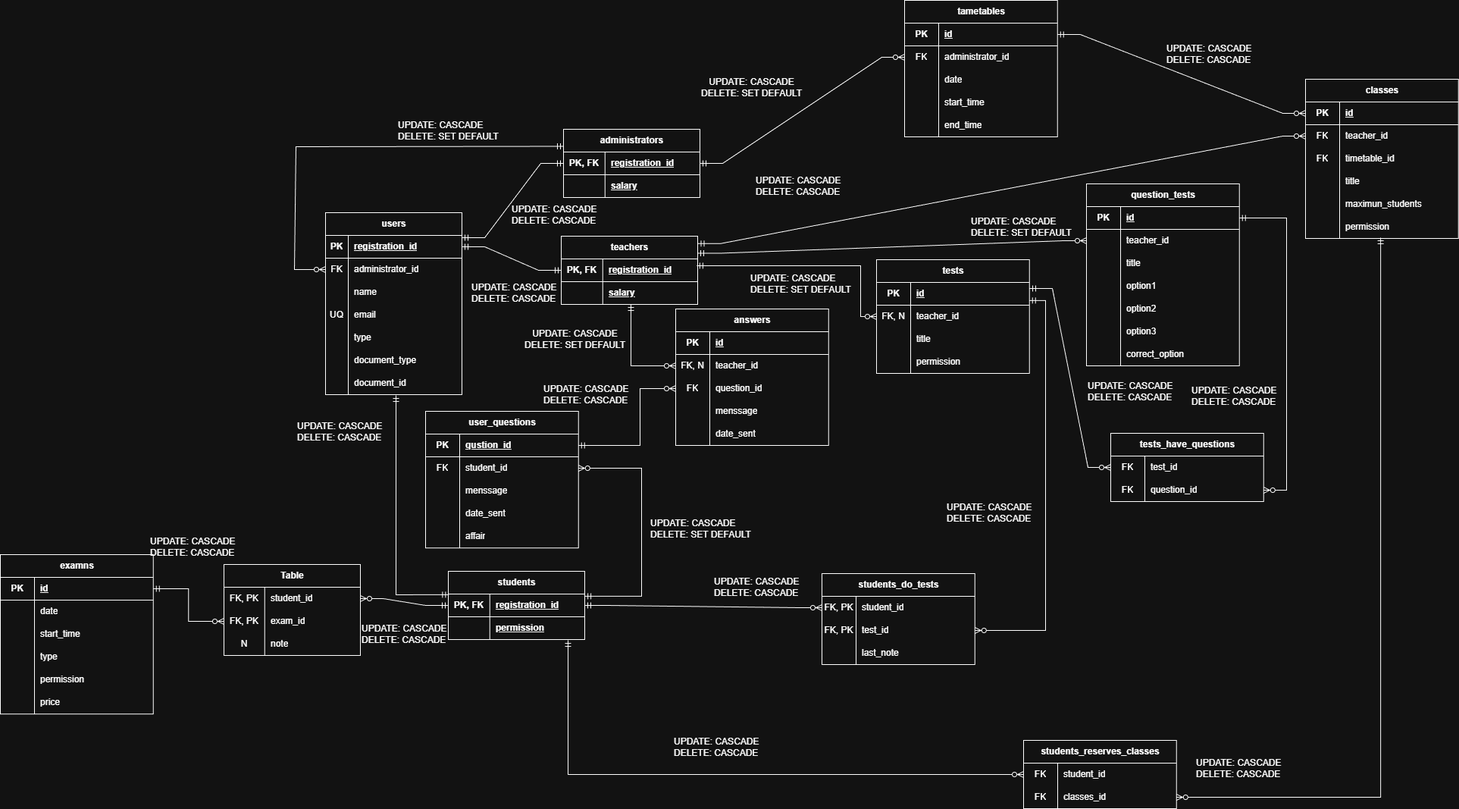
The draw.io diagram DiseñoBD/disenoLogicoAutoquiray.drawio.png in Timmo230/autoquiray, before a commit. Source tidied: cells renumbered, new cells last; positions are measured from the earlier drawing's top-left corner, leaving out a move shared by most shapes.
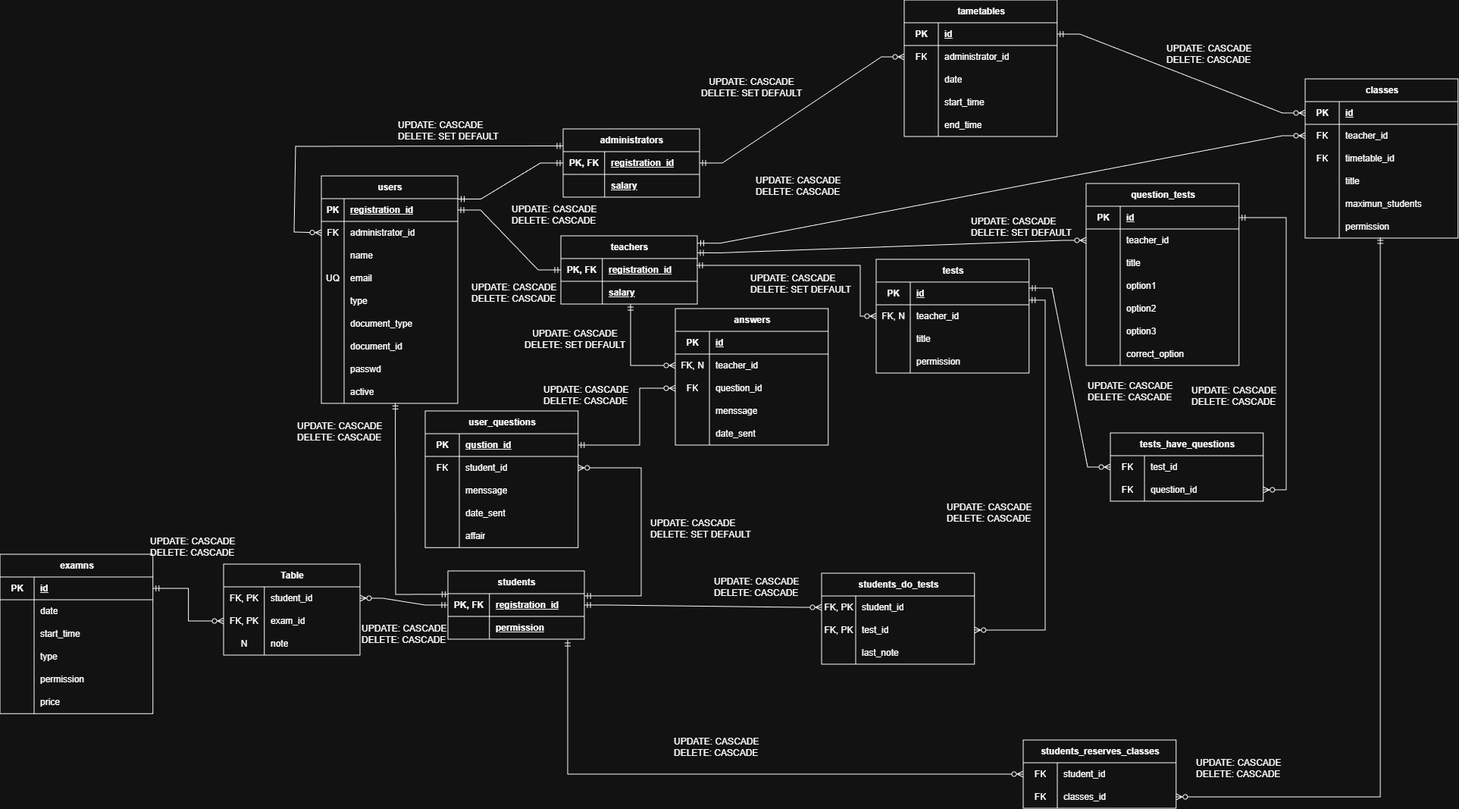
The same diagram one commit later.

Change to the diagram source:
```diff
@@ -3,7 +3,7 @@
     <mxCell id="0" />
     <mxCell id="1" parent="0" />
     <mxCell id="2" value="users" style="shape=table;startSize=30;rowLines=0;fontStyle=1;align=center;html=1;" parent="1" vertex="1">
-      <mxGeometry x="429" y="280" width="180" height="240" as="geometry" />
+      <mxGeometry x="424" y="232" width="180" height="300" as="geometry" />
     </mxCell>
     <mxCell id="3" style="shape=tableRow;horizontal=0;startSize=0;swimlaneHead=0;swimlaneBody=0;fillColor=none;points=[[0,0.5],[1,0.5]];portConstraint=eastwest;top=0;left=0;right=0;bottom=1;" parent="2" vertex="1">
       <mxGeometry y="30" width="180" height="30" as="geometry" />
@@ -68,6 +68,24 @@
     <mxCell id="23" value="document_id" style="shape=partialRectangle;fillColor=none;top=0;left=0;bottom=0;right=0;align=left;spacingLeft=6;overflow=hidden;whiteSpace=wrap;html=1;" parent="21" vertex="1">
       <mxGeometry x="30" width="150" height="30" as="geometry" />
     </mxCell>
+    <mxCell id="240" style="shape=tableRow;horizontal=0;startSize=0;swimlaneHead=0;swimlaneBody=0;fillColor=none;top=0;left=0;right=0;bottom=0;" parent="2" vertex="1">
+      <mxGeometry y="240" width="180" height="30" as="geometry" />
+    </mxCell>
+    <mxCell id="241" style="shape=partialRectangle;fillColor=none;top=0;left=0;bottom=0;right=0;overflow=hidden;whiteSpace=wrap;html=1;" parent="240" vertex="1">
+      <mxGeometry width="30" height="30" as="geometry" />
+    </mxCell>
+    <mxCell id="242" value="passwd" style="shape=partialRectangle;fillColor=none;top=0;left=0;bottom=0;right=0;align=left;spacingLeft=6;overflow=hidden;whiteSpace=wrap;html=1;" parent="240" vertex="1">
+      <mxGeometry x="30" width="150" height="30" as="geometry" />
+    </mxCell>
+    <mxCell id="243" style="shape=tableRow;horizontal=0;startSize=0;swimlaneHead=0;swimlaneBody=0;fillColor=none;points=[[0,0.5],[1,0.5]];portConstraint=eastwest;top=0;left=0;right=0;bottom=0;" parent="2" vertex="1">
+      <mxGeometry y="270" width="180" height="30" as="geometry" />
+    </mxCell>
+    <mxCell id="244" style="shape=partialRectangle;fillColor=none;top=0;left=0;bottom=0;right=0;overflow=hidden;whiteSpace=wrap;html=1;" parent="243" vertex="1">
+      <mxGeometry width="30" height="30" as="geometry" />
+    </mxCell>
+    <mxCell id="245" value="active" style="shape=partialRectangle;fillColor=none;top=0;left=0;bottom=0;right=0;align=left;spacingLeft=6;overflow=hidden;whiteSpace=wrap;html=1;" parent="243" vertex="1">
+      <mxGeometry x="30" width="150" height="30" as="geometry" />
+    </mxCell>
     <mxCell id="24" value="administrators" style="shape=table;startSize=30;rowLines=0;fontStyle=1;align=center;html=1;" parent="1" vertex="1">
       <mxGeometry x="743" y="170" width="180" height="90" as="geometry" />
     </mxCell>
@@ -131,10 +149,8 @@
     <mxCell id="44" value="permission" style="shape=partialRectangle;fillColor=none;top=0;left=0;bottom=0;right=0;align=left;spacingLeft=6;fontStyle=5;overflow=hidden;whiteSpace=wrap;html=1;" parent="42" vertex="1">
       <mxGeometry x="54.8" width="125.2" height="30" as="geometry" />
     </mxCell>
-    <mxCell id="45" style="edgeStyle=entityRelationEdgeStyle;fontSize=12;html=1;endArrow=ERmandOne;startArrow=ERmandOne;rounded=0;" parent="1" edge="1" target="25">
-      <mxGeometry relative="1" as="geometry">
-        <mxPoint x="609" y="313" as="sourcePoint" />
-      </mxGeometry>
+    <mxCell id="45" style="edgeStyle=entityRelationEdgeStyle;fontSize=12;html=1;endArrow=ERmandOne;startArrow=ERmandOne;rounded=0;exitX=1.003;exitY=0.016;exitDx=0;exitDy=0;exitPerimeter=0;" parent="1" edge="1" source="3" target="25">
+      <mxGeometry relative="1" as="geometry" />
     </mxCell>
     <mxCell id="46" style="edgeStyle=entityRelationEdgeStyle;fontSize=12;html=1;endArrow=ERmandOne;startArrow=ERmandOne;rounded=0;entryX=0;entryY=0.5;entryDx=0;entryDy=0;exitX=1;exitY=0.5;exitDx=0;exitDy=0;" parent="1" edge="1" source="3" target="32">
       <mxGeometry relative="1" as="geometry" />
@@ -584,9 +600,8 @@
     <mxCell id="186" style="edgeStyle=entityRelationEdgeStyle;fontSize=12;html=1;endArrow=ERzeroToMany;startArrow=ERmandOne;rounded=0;exitX=1;exitY=0.5;exitDx=0;exitDy=0;entryX=0;entryY=0.5;entryDx=0;entryDy=0;" parent="1" edge="1" source="170" target="141">
       <mxGeometry relative="1" as="geometry" />
     </mxCell>
-    <mxCell id="187" style="fontSize=12;html=1;endArrow=ERmandOne;startArrow=ERmandOne;rounded=0;exitX=0.002;exitY=0.027;exitDx=0;exitDy=0;exitPerimeter=0;" parent="1" edge="1" source="39">
+    <mxCell id="187" style="fontSize=12;html=1;endArrow=ERmandOne;startArrow=ERmandOne;rounded=0;exitX=0.002;exitY=0.027;exitDx=0;exitDy=0;exitPerimeter=0;entryX=0.542;entryY=0.98;entryDx=0;entryDy=0;entryPerimeter=0;" parent="1" edge="1" source="39" target="243">
       <mxGeometry relative="1" as="geometry">
-        <mxPoint x="522" y="521" as="targetPoint" />
         <Array as="points">
           <mxPoint x="522" y="784" />
         </Array>
@@ -646,7 +661,7 @@
       <mxGeometry relative="1" as="geometry">
         <Array as="points">
           <mxPoint x="390" y="193" />
-          <mxPoint x="388" y="355" />
+          <mxPoint x="388" y="306" />
         </Array>
       </mxGeometry>
     </mxCell>
```
